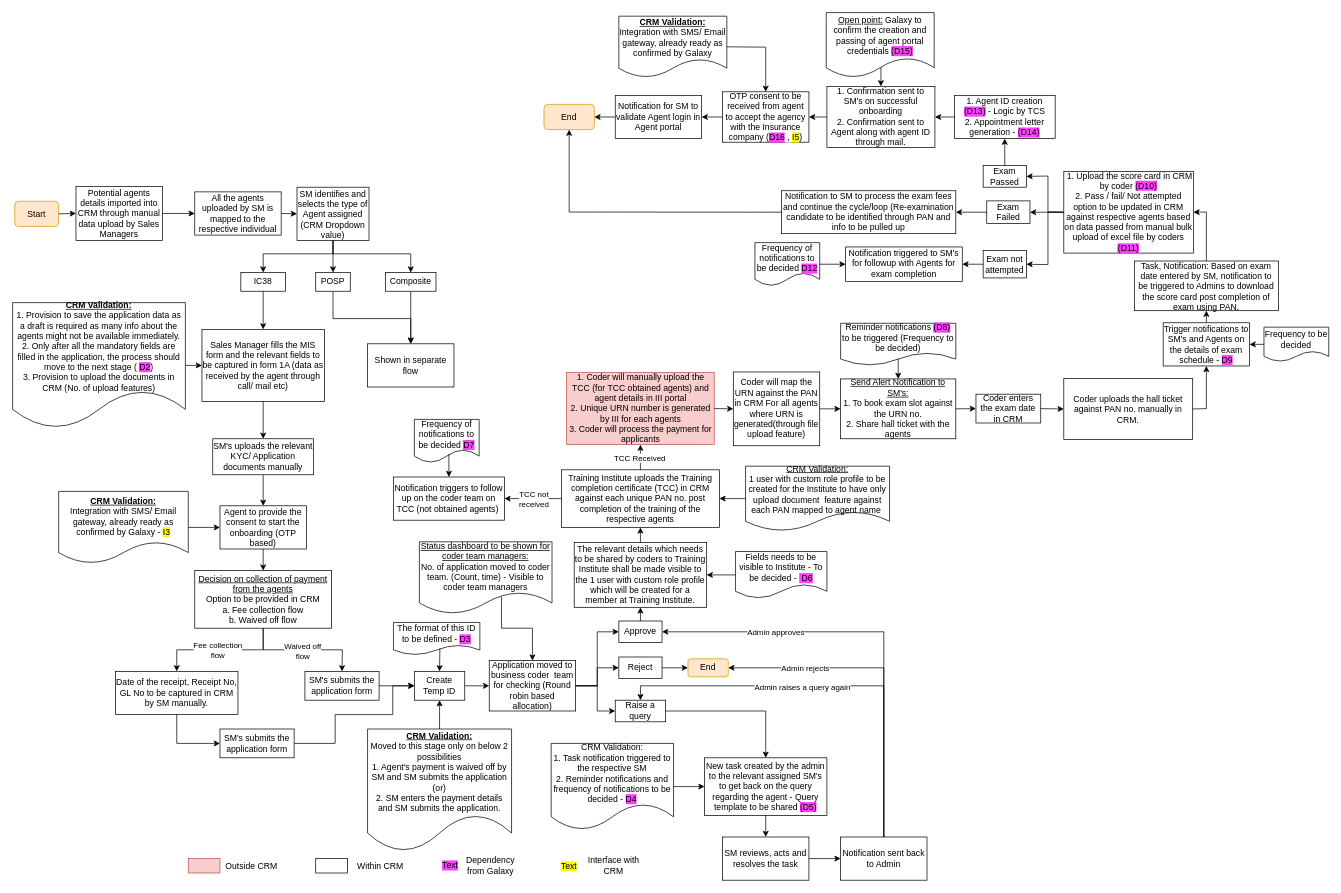
Above: Agent Onboarding POSP MVP 1.drawio in shaileshsreedar/Galaxy (draw.io), before the change. Source tidied: cells renumbered, new cells numbered last; positions are measured from the earlier drawing's top-left corner, leaving out a move shared by most shapes. Both pictures are drawn from the tidied source at 72%, with x=0, y=0 at pixel (12, 12).
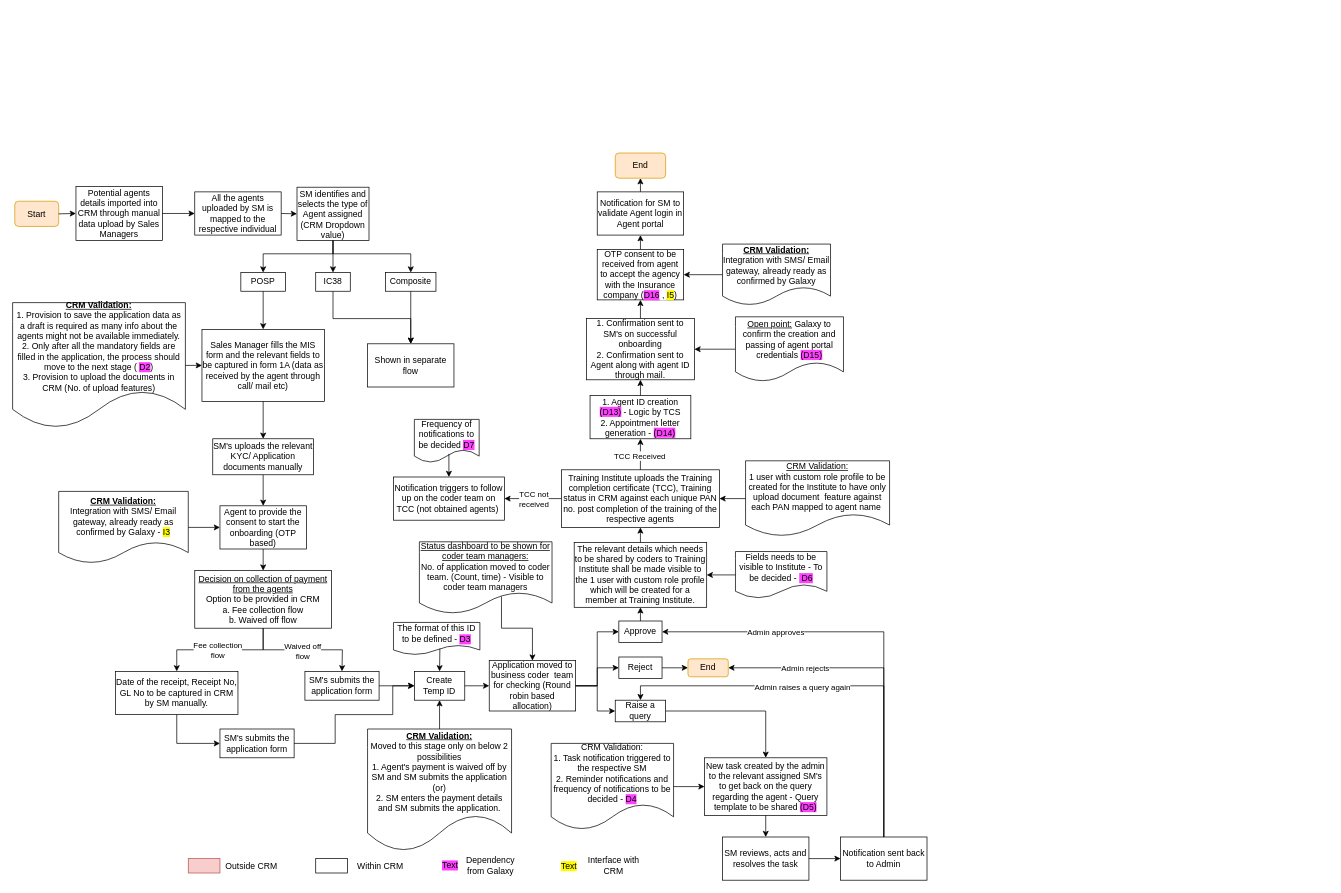
The same page after the edit.

The edit, as a diff of the source:
```diff
@@
-    <mxCell id="6" value="IC38" style="rounded=0;whiteSpace=wrap;html=1;" parent="1" vertex="1">
+    <mxCell id="6" value="POSP" style="rounded=0;whiteSpace=wrap;html=1;" parent="1" vertex="1">
       <mxGeometry x="317" y="361" width="62" height="26" as="geometry" />
     </mxCell>
-    <mxCell id="7" value="POSP" style="rounded=0;whiteSpace=wrap;html=1;" parent="1" vertex="1">
+    <mxCell id="7" value="IC38" style="rounded=0;whiteSpace=wrap;html=1;" parent="1" vertex="1">
       <mxGeometry x="421" y="361" width="48" height="26" as="geometry" />
     </mxCell>
@@
-    <mxCell id="9" style="endArrow=classic;html=1;rounded=0;exitX=0;exitY=0.5;exitDx=0;exitDy=0;entryX=1;entryY=0.5;entryDx=0;entryDy=0;" parent="1" edge="1" source="93" target="13">
+    <mxCell id="9" style="endArrow=classic;html=1;rounded=0;exitX=0.5;exitY=0;exitDx=0;exitDy=0;entryX=0.5;entryY=1;entryDx=0;entryDy=0;" parent="1" edge="1" source="93" target="13">
       <mxGeometry relative="1" as="geometry" />
     </mxCell>
@@
     <mxCell id="13" value="End" style="rounded=1;whiteSpace=wrap;html=1;fillColor=#ffe6cc;strokeColor=#d79b00;" parent="1" vertex="1">
-      <mxGeometry x="738" y="127.5" width="70" height="35" as="geometry" />
+      <mxGeometry x="837" y="195" width="70" height="35" as="geometry" />
     </mxCell>
@@
-    <mxCell id="64" value="Training Institute uploads the Training completion certificate (TCC) in CRM against each unique PAN no. post completion of the training of the respective agents" style="rounded=0;whiteSpace=wrap;html=1;" parent="1" vertex="1">
+    <mxCell id="64" value="Training Institute uploads the Training completion certificate (TCC), Training status in CRM against each unique PAN no. post completion of the training of the respective agents" style="rounded=0;whiteSpace=wrap;html=1;" parent="1" vertex="1">
       <mxGeometry x="762.2" y="635" width="219.5" height="80" as="geometry" />
     </mxCell>
@@
     <mxCell id="66" value="&lt;u&gt;CRM Validation:&lt;/u&gt;&lt;div&gt;1 user with custom role profile to be created for the Institute to have only upload document &amp;nbsp;feature against each PAN mapped to agent name&amp;nbsp;&lt;/div&gt;" style="shape=document;whiteSpace=wrap;html=1;boundedLbl=1;" parent="1" vertex="1">
-      <mxGeometry x="1018" y="630" width="200" height="90" as="geometry" />
+      <mxGeometry x="1018" y="622.5" width="200" height="105" as="geometry" />
     </mxCell>
@@
-    <mxCell id="68" style="endArrow=classic;html=1;rounded=0;exitX=0.5;exitY=0;exitDx=0;exitDy=0;entryX=0.5;entryY=1;entryDx=0;entryDy=0;" parent="1" edge="1" source="64" target="70">
+    <mxCell id="68" style="endArrow=classic;html=1;rounded=0;exitX=0.5;exitY=0;exitDx=0;exitDy=0;entryX=0.5;entryY=1;entryDx=0;entryDy=0;" parent="1" edge="1" source="64" target="90">
       <mxGeometry relative="1" as="geometry" />
     </mxCell>
@@
-    <mxCell id="70" value="1. Coder will manually upload the TCC (for TCC obtained agents) and agent details in III portal&lt;div&gt;2. Unique URN number is generated by III for each agents&lt;/div&gt;&lt;div&gt;3. Coder will process the payment for applicants&lt;/div&gt;" style="rounded=0;whiteSpace=wrap;html=1;fillColor=#f8cecc;strokeColor=#b85450;" parent="1" vertex="1">
-      <mxGeometry x="769.5" y="500" width="205" height="100" as="geometry" />
-    </mxCell>
-    <mxCell id="71" value="Coder will map the URN against the PAN in CRM For all agents where URN is generated(through file upload feature)" style="rounded=0;whiteSpace=wrap;html=1;" parent="1" vertex="1">
-      <mxGeometry x="1001" y="499.1" width="120" height="102.5" as="geometry" />
-    </mxCell>
-    <mxCell id="72" style="endArrow=classic;html=1;rounded=0;exitX=1;exitY=0.5;exitDx=0;exitDy=0;entryX=0;entryY=0.5;entryDx=0;entryDy=0;" parent="1" edge="1" source="70" target="71">
-      <mxGeometry relative="1" as="geometry" />
-    </mxCell>
-    <mxCell id="73" value="&lt;u&gt;Send Alert Notification to SM's:&lt;/u&gt;&lt;div&gt;1. To book exam slot against the URN no.&lt;/div&gt;&lt;div&gt;2. Share hall ticket with the agents&lt;/div&gt;" style="rounded=0;whiteSpace=wrap;html=1;" parent="1" vertex="1">
-      <mxGeometry x="1150" y="508.8" width="160" height="83.1" as="geometry" />
-    </mxCell>
-    <mxCell id="74" style="endArrow=classic;html=1;rounded=0;exitX=1;exitY=0.5;exitDx=0;exitDy=0;" parent="1" edge="1" source="71" target="73">
-      <mxGeometry relative="1" as="geometry" />
-    </mxCell>
-    <mxCell id="75" value="Reminder notifications &lt;span style=&quot;background-color: rgb(255, 64, 255);&quot;&gt;(D8)&lt;/span&gt; to be triggered (Frequency to be decided)" style="shape=document;whiteSpace=wrap;html=1;boundedLbl=1;" parent="1" vertex="1">
-      <mxGeometry x="1150" y="431.5" width="160" height="58.5" as="geometry" />
-    </mxCell>
-    <mxCell id="76" style="endArrow=classic;html=1;rounded=0;entryX=0.5;entryY=0;entryDx=0;entryDy=0;exitX=0.5;exitY=0.846;exitDx=0;exitDy=0;exitPerimeter=0;" parent="1" edge="1" source="75" target="73">
-      <mxGeometry relative="1" as="geometry" />
-    </mxCell>
-    <mxCell id="77" style="endArrow=classic;html=1;rounded=0;exitX=1;exitY=0.5;exitDx=0;exitDy=0;entryX=0;entryY=0.5;entryDx=0;entryDy=0;" parent="1" edge="1" source="73" target="101">
-      <mxGeometry relative="1" as="geometry" />
-    </mxCell>
-    <mxCell id="78" value="Coder uploads the hall ticket against PAN no. manually in CRM." style="rounded=0;whiteSpace=wrap;html=1;" parent="1" vertex="1">
-      <mxGeometry x="1460" y="508.2" width="179" height="84.7" as="geometry" />
-    </mxCell>
-    <mxCell id="79" value="Trigger notifications to SM's and Agents on the details of exam schedule - &lt;span style=&quot;background-color: rgb(255, 64, 255);&quot;&gt;D9&lt;/span&gt;" style="rounded=0;whiteSpace=wrap;html=1;" parent="1" vertex="1">
-      <mxGeometry x="1598" y="430.8" width="120" height="60" as="geometry" />
-    </mxCell>
-    <mxCell id="80" value="Frequency to be decided" style="shape=document;whiteSpace=wrap;html=1;boundedLbl=1;" parent="1" vertex="1">
-      <mxGeometry x="1738" y="436.9" width="90" height="47.7" as="geometry" />
-    </mxCell>
-    <mxCell id="81" style="endArrow=classic;html=1;rounded=0;exitX=0;exitY=0.5;exitDx=0;exitDy=0;entryX=1;entryY=0.5;entryDx=0;entryDy=0;" parent="1" edge="1" source="80" target="79">
-      <mxGeometry relative="1" as="geometry" />
-    </mxCell>
-    <mxCell id="82" style="endArrow=classic;html=1;rounded=0;exitX=1;exitY=0.5;exitDx=0;exitDy=0;entryX=0.5;entryY=1;entryDx=0;entryDy=0;" parent="1" edge="1" source="78" target="79">
-      <mxGeometry relative="1" as="geometry">
-        <Array as="points">
-          <mxPoint x="1658" y="550" />
-        </Array>
-      </mxGeometry>
-    </mxCell>
-    <mxCell id="83" value="Task, Notification: Based on exam date entered by SM, notification to be triggered to Admins to download the score card post completion of exam using PAN." style="rounded=0;whiteSpace=wrap;html=1;" parent="1" vertex="1">
-      <mxGeometry x="1558" y="345" width="200" height="69" as="geometry" />
-    </mxCell>
-    <mxCell id="84" style="endArrow=classic;html=1;rounded=0;exitX=0.5;exitY=0;exitDx=0;exitDy=0;entryX=0.5;entryY=1;entryDx=0;entryDy=0;" parent="1" edge="1" source="79" target="83">
-      <mxGeometry relative="1" as="geometry" />
-    </mxCell>
-    <mxCell id="85" value="&amp;nbsp;1. Upload the score card in CRM by coder&amp;nbsp;&lt;span style=&quot;background-color: rgb(255, 64, 255);&quot;&gt;(D10)&lt;/span&gt;&lt;div&gt;2. Pass / fail/ Not attempted option to be updated in CRM against respective agents based on data passed from manual bulk upload of excel file by coders &lt;span style=&quot;background-color: rgb(255, 64, 255);&quot;&gt;(D11)&lt;/span&gt;&lt;/div&gt;" style="rounded=0;whiteSpace=wrap;html=1;" parent="1" vertex="1">
-      <mxGeometry x="1460" y="220.5" width="180" height="113.5" as="geometry" />
-    </mxCell>
-    <mxCell id="86" style="endArrow=classic;html=1;rounded=0;exitX=0.5;exitY=0;exitDx=0;exitDy=0;entryX=1;entryY=0.5;entryDx=0;entryDy=0;" parent="1" edge="1" source="83" target="85">
-      <mxGeometry relative="1" as="geometry">
-        <Array as="points">
-          <mxPoint x="1658" y="277" />
-        </Array>
-      </mxGeometry>
-    </mxCell>
-    <mxCell id="87" value="Exam Passed" style="rounded=0;whiteSpace=wrap;html=1;" parent="1" vertex="1">
-      <mxGeometry x="1348" y="212.5" width="60" height="30" as="geometry" />
-    </mxCell>
-    <mxCell id="88" value="Exam Failed" style="rounded=0;whiteSpace=wrap;html=1;" parent="1" vertex="1">
-      <mxGeometry x="1353" y="261.5" width="60" height="31.5" as="geometry" />
-    </mxCell>
-    <mxCell id="89" style="endArrow=classic;html=1;rounded=0;exitX=0;exitY=0.5;exitDx=0;exitDy=0;entryX=1;entryY=0.5;entryDx=0;entryDy=0;" parent="1" edge="1" source="85" target="87">
-      <mxGeometry relative="1" as="geometry">
-        <Array as="points">
-          <mxPoint x="1438" y="277" />
-          <mxPoint x="1438" y="227" />
-        </Array>
-      </mxGeometry>
-    </mxCell>
     <mxCell id="90" value="1. Agent ID creation &lt;span style=&quot;background-color: rgb(255, 64, 255);&quot;&gt;(D13)&lt;/span&gt; - Logic by TCS&lt;div&gt;2. Appointment letter generation - &lt;span style=&quot;background-color: rgb(255, 64, 255);&quot;&gt;(D14)&lt;/span&gt;&lt;/div&gt;" style="rounded=0;whiteSpace=wrap;html=1;" parent="1" vertex="1">
-      <mxGeometry x="1308" y="115" width="140" height="60" as="geometry" />
+      <mxGeometry x="802" y="531.9" width="140" height="60" as="geometry" />
     </mxCell>
-    <mxCell id="91" style="endArrow=classic;html=1;rounded=0;exitX=0.5;exitY=0;exitDx=0;exitDy=0;entryX=0.5;entryY=1;entryDx=0;entryDy=0;" parent="1" edge="1" source="87" target="90">
-      <mxGeometry relative="1" as="geometry" />
-    </mxCell>
     <mxCell id="92" value="1. Confirmation sent to SM's on successful onboarding&lt;div&gt;2. Confirmation sent to Agent along with agent ID through mail.&lt;/div&gt;" style="rounded=0;whiteSpace=wrap;html=1;" parent="1" vertex="1">
-      <mxGeometry x="1131" y="102.5" width="150" height="85" as="geometry" />
+      <mxGeometry x="797" y="425" width="150" height="85" as="geometry" />
     </mxCell>
     <mxCell id="93" value="Notification for SM to validate Agent login in Agent portal" style="rounded=0;whiteSpace=wrap;html=1;" parent="1" vertex="1">
-      <mxGeometry x="837" y="115" width="120" height="60" as="geometry" />
+      <mxGeometry x="812" y="249" width="120" height="60" as="geometry" />
     </mxCell>
-    <mxCell id="94" style="endArrow=classic;html=1;rounded=0;exitX=0;exitY=0.5;exitDx=0;exitDy=0;entryX=1;entryY=0.5;entryDx=0;entryDy=0;" parent="1" edge="1" source="92" target="104">
+    <mxCell id="94" style="endArrow=classic;html=1;rounded=0;exitX=0.5;exitY=0;exitDx=0;exitDy=0;entryX=0.5;entryY=1;entryDx=0;entryDy=0;" parent="1" edge="1" source="92" target="104">
       <mxGeometry relative="1" as="geometry" />
     </mxCell>
-    <mxCell id="95" value="Notification to SM to process the exam fees and continue the cycle/loop (Re-examination candidate to be identified through PAN and info to be pulled up" style="rounded=0;whiteSpace=wrap;html=1;" parent="1" vertex="1">
-      <mxGeometry x="1068" y="247.4" width="242" height="59.6" as="geometry" />
-    </mxCell>
-    <mxCell id="96" style="endArrow=classic;html=1;rounded=0;exitX=0;exitY=0.5;exitDx=0;exitDy=0;entryX=1;entryY=0.5;entryDx=0;entryDy=0;" parent="1" edge="1" source="88" target="95">
-      <mxGeometry relative="1" as="geometry" />
-    </mxCell>
-    <mxCell id="97" style="endArrow=classic;html=1;rounded=0;exitX=0;exitY=0.5;exitDx=0;exitDy=0;entryX=0.5;entryY=1;entryDx=0;entryDy=0;" parent="1" edge="1" source="95" target="13">
-      <mxGeometry relative="1" as="geometry">
-        <Array as="points">
-          <mxPoint x="773" y="277" />
-        </Array>
-      </mxGeometry>
-    </mxCell>
@@
-    <mxCell id="101" value="Coder enters the exam date in CRM" style="rounded=0;whiteSpace=wrap;html=1;" parent="1" vertex="1">
-      <mxGeometry x="1338" y="530" width="90" height="40" as="geometry" />
-    </mxCell>
-    <mxCell id="102" style="endArrow=classic;html=1;rounded=0;exitX=1;exitY=0.5;exitDx=0;exitDy=0;entryX=0;entryY=0.5;entryDx=0;entryDy=0;" parent="1" edge="1" source="101" target="78">
-      <mxGeometry relative="1" as="geometry" />
-    </mxCell>
-    <mxCell id="103" style="endArrow=classic;html=1;rounded=0;exitX=0;exitY=0.5;exitDx=0;exitDy=0;entryX=1;entryY=0.5;entryDx=0;entryDy=0;" parent="1" edge="1" source="90" target="92">
+    <mxCell id="103" style="endArrow=classic;html=1;rounded=0;exitX=0.5;exitY=0;exitDx=0;exitDy=0;entryX=0.5;entryY=1;entryDx=0;entryDy=0;" parent="1" edge="1" source="90" target="92">
       <mxGeometry relative="1" as="geometry" />
     </mxCell>
     <mxCell id="104" value="OTP consent to be received from agent to accept the agency with the Insurance company (&lt;span style=&quot;background-color: rgb(255, 64, 255);&quot;&gt;D16&lt;/span&gt;&lt;span style=&quot;background-color: rgb(255, 255, 255);&quot;&gt;&amp;nbsp;, &lt;/span&gt;&lt;span style=&quot;background-color: rgb(255, 251, 0);&quot;&gt;I5&lt;/span&gt;)" style="rounded=0;whiteSpace=wrap;html=1;" parent="1" vertex="1">
-      <mxGeometry x="986" y="110" width="120" height="70" as="geometry" />
+      <mxGeometry x="812" y="329" width="120" height="70" as="geometry" />
     </mxCell>
-    <mxCell id="105" style="endArrow=classic;html=1;rounded=0;exitX=0;exitY=0.5;exitDx=0;exitDy=0;entryX=1;entryY=0.5;entryDx=0;entryDy=0;" parent="1" edge="1" source="104" target="93">
+    <mxCell id="105" style="endArrow=classic;html=1;rounded=0;exitX=0.5;exitY=0;exitDx=0;exitDy=0;entryX=0.5;entryY=1;entryDx=0;entryDy=0;" parent="1" edge="1" source="104" target="93">
       <mxGeometry relative="1" as="geometry" />
     </mxCell>
@@
-    <mxCell id="112" value="Exam not attempted" style="rounded=0;whiteSpace=wrap;html=1;" parent="1" vertex="1">
-      <mxGeometry x="1348" y="330.5" width="60" height="38" as="geometry" />
-    </mxCell>
-    <mxCell id="113" style="endArrow=classic;html=1;rounded=0;exitX=0;exitY=0.5;exitDx=0;exitDy=0;entryX=1;entryY=0.5;entryDx=0;entryDy=0;" parent="1" edge="1" source="112" target="114">
-      <mxGeometry relative="1" as="geometry" />
-    </mxCell>
-    <mxCell id="114" value="Notification triggered to SM's for followup with Agents for exam completion" style="rounded=0;whiteSpace=wrap;html=1;" parent="1" vertex="1">
-      <mxGeometry x="1157" y="325.5" width="162" height="47.9" as="geometry" />
-    </mxCell>
-    <mxCell id="115" value="Frequency of notifications to be decided &lt;span style=&quot;background-color: rgb(255, 64, 255);&quot;&gt;D12&lt;/span&gt;" style="shape=document;whiteSpace=wrap;html=1;boundedLbl=1;" parent="1" vertex="1">
-      <mxGeometry x="1031" y="319.5" width="90" height="60" as="geometry" />
-    </mxCell>
-    <mxCell id="116" style="endArrow=classic;html=1;rounded=0;entryX=0;entryY=0.5;entryDx=0;entryDy=0;exitX=1;exitY=0.5;exitDx=0;exitDy=0;" parent="1" edge="1" source="115" target="114">
-      <mxGeometry relative="1" as="geometry" />
-    </mxCell>
@@
-    <mxCell id="130" style="endArrow=classic;html=1;rounded=0;exitX=0.507;exitY=0.822;exitDx=0;exitDy=0;entryX=0.5;entryY=0;entryDx=0;entryDy=0;exitPerimeter=0;" parent="1" edge="1" source="137" target="92">
+    <mxCell id="130" style="endArrow=classic;html=1;rounded=0;exitX=0;exitY=0.5;exitDx=0;exitDy=0;entryX=1;entryY=0.5;entryDx=0;entryDy=0;" parent="1" edge="1" source="137" target="92">
       <mxGeometry relative="1" as="geometry" />
     </mxCell>
-    <mxCell id="131" style="endArrow=classic;html=1;rounded=0;exitX=0;exitY=0.5;exitDx=0;exitDy=0;entryX=1;entryY=0.5;entryDx=0;entryDy=0;" parent="1" edge="1" source="85" target="88">
-      <mxGeometry relative="1" as="geometry" />
-    </mxCell>
-    <mxCell id="132" style="endArrow=classic;html=1;rounded=0;exitX=0;exitY=0.5;exitDx=0;exitDy=0;entryX=1;entryY=0.5;entryDx=0;entryDy=0;" parent="1" edge="1" source="85" target="112">
-      <mxGeometry relative="1" as="geometry">
-        <Array as="points">
-          <mxPoint x="1438" y="277" />
-          <mxPoint x="1438" y="350" />
-        </Array>
-      </mxGeometry>
-    </mxCell>
@@
     <mxCell id="137" value="&lt;u style=&quot;background-color: rgb(255, 255, 255);&quot;&gt;Open point:&lt;/u&gt;&amp;nbsp;Galaxy to confirm the creation and passing of agent portal credentials&amp;nbsp;&lt;span style=&quot;background-color: rgb(255, 64, 255);&quot;&gt;(D15)&lt;/span&gt;" style="shape=document;whiteSpace=wrap;html=1;boundedLbl=1;" parent="1" vertex="1">
-      <mxGeometry x="1130" width="150" height="90" as="geometry" />
+      <mxGeometry x="1004" y="422.5" width="150" height="90" as="geometry" />
     </mxCell>
     <mxCell id="138" value="&lt;b&gt;&lt;u&gt;CRM Validation:&lt;/u&gt;&lt;/b&gt;&lt;div&gt;Integration with SMS/ Email gateway, already ready as confirmed by Galaxy&lt;/div&gt;" style="shape=document;whiteSpace=wrap;html=1;boundedLbl=1;" parent="1" vertex="1">
-      <mxGeometry x="842" y="5" width="150" height="85" as="geometry" />
+      <mxGeometry x="986" y="321.5" width="150" height="85" as="geometry" />
     </mxCell>
-    <mxCell id="139" style="endArrow=classic;html=1;rounded=0;entryX=0.5;entryY=0;entryDx=0;entryDy=0;exitX=1;exitY=0.5;exitDx=0;exitDy=0;" parent="1" edge="1" source="138" target="104">
-      <mxGeometry relative="1" as="geometry">
-        <Array as="points">
-          <mxPoint x="1046" y="48" />
-        </Array>
-      </mxGeometry>
+    <mxCell id="139" style="endArrow=classic;html=1;rounded=0;exitX=0;exitY=0.5;exitDx=0;exitDy=0;entryX=1;entryY=0.5;entryDx=0;entryDy=0;" parent="1" edge="1" source="138" target="104">
+      <mxGeometry relative="1" as="geometry" />
     </mxCell>
```
